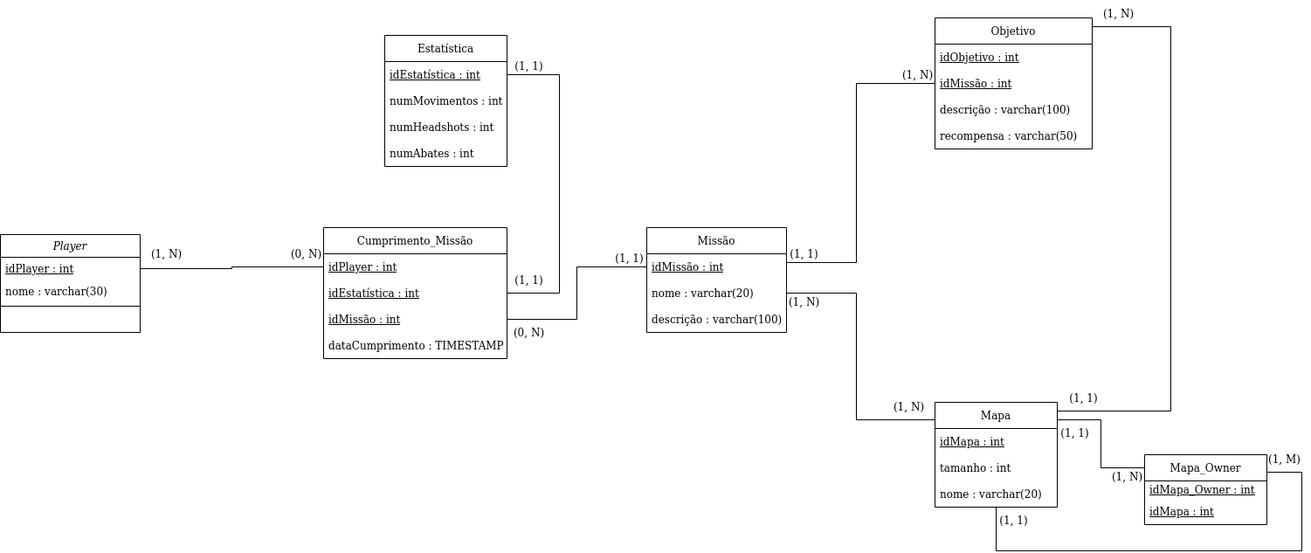
SBD1/Grupo02-MetalGearSolid keeps this draw.io diagram as MREL/MREL_V1.0.drawio.png. Above is the earlier version. Source tidied: cells renumbered, new cells last; positions are measured from the earlier drawing's top-left corner, leaving out a move shared by most shapes.
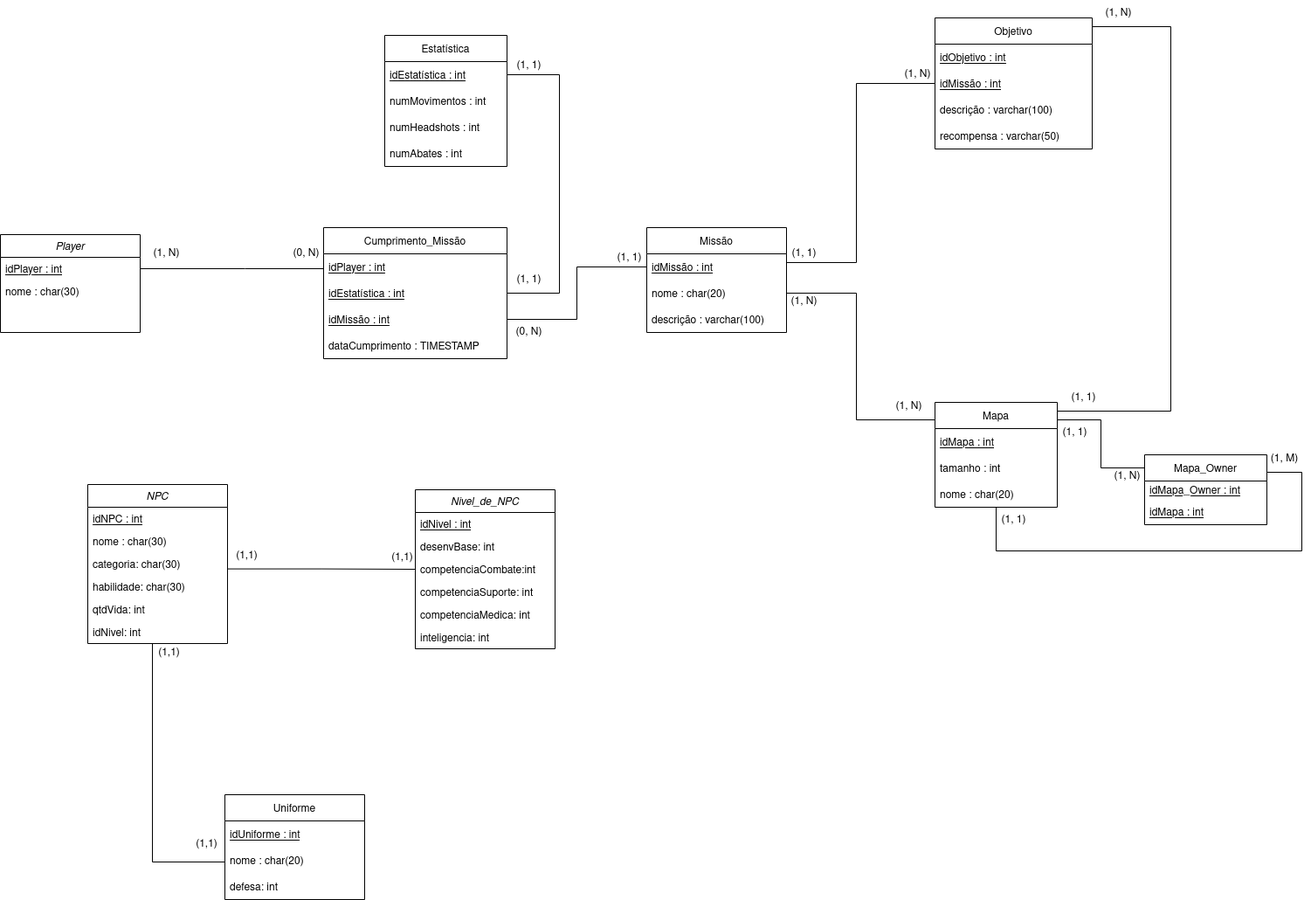
The same file after the commit.

Commit message:
adicao de novas tabelas no MREL

What changed in the source:
```diff
@@ -8,12 +8,9 @@
     <mxCell id="3" value="idPlayer : int " style="text;align=left;verticalAlign=top;spacingLeft=4;spacingRight=4;overflow=hidden;points=[[0,0.5],[1,0.5]];portConstraint=eastwest;fontStyle=4;" parent="2" vertex="1">
       <mxGeometry y="26" width="160" height="26" as="geometry" />
     </mxCell>
-    <mxCell id="4" value="nome : varchar(30)" style="text;align=left;verticalAlign=top;spacingLeft=4;spacingRight=4;overflow=hidden;rounded=0;shadow=0;html=0;" parent="2" vertex="1">
+    <mxCell id="4" value="nome : char(30)" style="text;align=left;verticalAlign=top;spacingLeft=4;spacingRight=4;overflow=hidden;rounded=0;shadow=0;html=0;" parent="2" vertex="1">
       <mxGeometry y="52" width="160" height="26" as="geometry" />
     </mxCell>
-    <mxCell id="5" style="line;html=1;strokeWidth=1;align=left;verticalAlign=middle;spacingTop=-1;spacingLeft=3;spacingRight=3;labelPosition=right;" parent="2" vertex="1">
-      <mxGeometry y="78" width="160" height="8" as="geometry" />
-    </mxCell>
     <mxCell id="6" value="Cumprimento_Missão" style="swimlane;fontStyle=0;horizontal=1;startSize=30;" parent="1" vertex="1">
       <mxGeometry x="370" y="260" width="210" height="150" as="geometry" />
     </mxCell>
@@ -58,7 +55,7 @@
     <mxCell id="18" value="idMissão : int" style="text;strokeColor=none;fillColor=none;align=left;verticalAlign=middle;spacingLeft=4;spacingRight=4;overflow=hidden;points=[[0,0.5],[1,0.5]];portConstraint=eastwest;fontStyle=4;" parent="17" vertex="1">
       <mxGeometry y="30" width="160" height="30" as="geometry" />
     </mxCell>
-    <mxCell id="19" value="nome : varchar(20)" style="text;strokeColor=none;fillColor=none;align=left;verticalAlign=middle;spacingLeft=4;spacingRight=4;overflow=hidden;points=[[0,0.5],[1,0.5]];portConstraint=eastwest;" parent="17" vertex="1">
+    <mxCell id="19" value="nome : char(20)" style="text;strokeColor=none;fillColor=none;align=left;verticalAlign=middle;spacingLeft=4;spacingRight=4;overflow=hidden;points=[[0,0.5],[1,0.5]];portConstraint=eastwest;" parent="17" vertex="1">
       <mxGeometry y="60" width="160" height="30" as="geometry" />
     </mxCell>
     <mxCell id="20" value="descrição : varchar(100)" style="text;strokeColor=none;fillColor=none;align=left;verticalAlign=middle;spacingLeft=4;spacingRight=4;overflow=hidden;" parent="17" vertex="1">
@@ -96,7 +93,7 @@
     <mxCell id="29" value="tamanho : int" style="text;strokeColor=none;fillColor=none;align=left;verticalAlign=middle;spacingLeft=4;spacingRight=4;overflow=hidden;" parent="27" vertex="1">
       <mxGeometry y="60" width="140" height="30" as="geometry" />
     </mxCell>
-    <mxCell id="30" value="nome : varchar(20)" style="text;strokeColor=none;fillColor=none;align=left;verticalAlign=middle;spacingLeft=4;spacingRight=4;overflow=hidden;" parent="27" vertex="1">
+    <mxCell id="30" value="nome : char(20)" style="text;strokeColor=none;fillColor=none;align=left;verticalAlign=middle;spacingLeft=4;spacingRight=4;overflow=hidden;" parent="27" vertex="1">
       <mxGeometry y="90" width="140" height="30" as="geometry" />
     </mxCell>
     <mxCell id="31" style="edgeStyle=orthogonalEdgeStyle;rounded=0;jettySize=auto;html=1;entryX=1;entryY=0.5;entryDx=0;entryDy=0;endArrow=none;endFill=0;" parent="1" edge="1" source="12" target="8">
@@ -193,7 +190,99 @@
       <mxGeometry x="575" y="365" width="60" height="30" as="geometry" />
     </mxCell>
     <mxCell id="55" style="edgeStyle=orthogonalEdgeStyle;rounded=0;jettySize=auto;html=1;endArrow=none;endFill=0;" parent="1" edge="1" source="3" target="7">
-      <mxGeometry relative="1" as="geometry" />
+      <mxGeometry relative="1" as="geometry">
+        <Array as="points">
+          <mxPoint x="280" y="307" />
+          <mxPoint x="280" y="307" />
+        </Array>
+      </mxGeometry>
     </mxCell>
+    <mxCell id="56" value="NPC" style="swimlane;fontStyle=2;align=center;verticalAlign=top;horizontal=1;startSize=26;rounded=0;shadow=0;strokeWidth=1;" parent="1" vertex="1">
+      <mxGeometry x="100" y="554" width="160" height="182" as="geometry" />
+    </mxCell>
+    <mxCell id="57" value="idNPC : int " style="text;align=left;verticalAlign=top;spacingLeft=4;spacingRight=4;overflow=hidden;fontStyle=4;" parent="56" vertex="1">
+      <mxGeometry y="26" width="160" height="26" as="geometry" />
+    </mxCell>
+    <mxCell id="58" value="nome : char(30)" style="text;align=left;verticalAlign=top;spacingLeft=4;spacingRight=4;overflow=hidden;rounded=0;shadow=0;html=0;" parent="56" vertex="1">
+      <mxGeometry y="52" width="160" height="26" as="geometry" />
+    </mxCell>
+    <mxCell id="59" value="categoria: char(30)" style="text;align=left;verticalAlign=top;spacingLeft=4;spacingRight=4;overflow=hidden;rounded=0;shadow=0;html=0;" parent="56" vertex="1">
+      <mxGeometry y="78" width="160" height="26" as="geometry" />
+    </mxCell>
+    <mxCell id="60" value="habilidade: char(30)&#10;" style="text;align=left;verticalAlign=top;spacingLeft=4;spacingRight=4;overflow=hidden;rounded=0;shadow=0;html=0;" parent="56" vertex="1">
+      <mxGeometry y="104" width="160" height="26" as="geometry" />
+    </mxCell>
+    <mxCell id="61" value="qtdVida: int" style="text;align=left;verticalAlign=top;spacingLeft=4;spacingRight=4;overflow=hidden;rounded=0;shadow=0;html=0;" parent="56" vertex="1">
+      <mxGeometry y="130" width="160" height="26" as="geometry" />
+    </mxCell>
+    <mxCell id="62" value="idNivel: int" style="text;align=left;verticalAlign=top;spacingLeft=4;spacingRight=4;overflow=hidden;rounded=0;shadow=0;html=0;" parent="56" vertex="1">
+      <mxGeometry y="156" width="160" height="26" as="geometry" />
+    </mxCell>
+    <mxCell id="63" value="Nivel_de_NPC" style="swimlane;fontStyle=2;align=center;verticalAlign=top;horizontal=1;startSize=26;rounded=0;shadow=0;strokeWidth=1;" parent="1" vertex="1">
+      <mxGeometry x="475" y="560" width="160" height="182" as="geometry" />
+    </mxCell>
+    <mxCell id="64" value="idNivel : int " style="text;align=left;verticalAlign=top;spacingLeft=4;spacingRight=4;overflow=hidden;fontStyle=4;" parent="63" vertex="1">
+      <mxGeometry y="26" width="160" height="26" as="geometry" />
+    </mxCell>
+    <mxCell id="65" value="desenvBase: int" style="text;align=left;verticalAlign=top;spacingLeft=4;spacingRight=4;overflow=hidden;rounded=0;shadow=0;html=0;" parent="63" vertex="1">
+      <mxGeometry y="52" width="160" height="26" as="geometry" />
+    </mxCell>
+    <mxCell id="66" value="competenciaCombate:int" style="text;align=left;verticalAlign=top;spacingLeft=4;spacingRight=4;overflow=hidden;points=[[0,0.5],[1,0.5]];portConstraint=eastwest;rounded=0;shadow=0;html=0;" parent="63" vertex="1">
+      <mxGeometry y="78" width="160" height="26" as="geometry" />
+    </mxCell>
+    <mxCell id="67" value="competenciaSuporte: int" style="text;align=left;verticalAlign=top;spacingLeft=4;spacingRight=4;overflow=hidden;rounded=0;shadow=0;html=0;" parent="63" vertex="1">
+      <mxGeometry y="104" width="160" height="26" as="geometry" />
+    </mxCell>
+    <mxCell id="68" value="competenciaMedica: int" style="text;align=left;verticalAlign=top;spacingLeft=4;spacingRight=4;overflow=hidden;rounded=0;shadow=0;html=0;" parent="63" vertex="1">
+      <mxGeometry y="130" width="160" height="26" as="geometry" />
+    </mxCell>
+    <mxCell id="69" value="inteligencia: int" style="text;align=left;verticalAlign=top;spacingLeft=4;spacingRight=4;overflow=hidden;rounded=0;shadow=0;html=0;" parent="63" vertex="1">
+      <mxGeometry y="156" width="160" height="26" as="geometry" />
+    </mxCell>
+    <mxCell id="70" style="edgeStyle=orthogonalEdgeStyle;rounded=0;jettySize=auto;html=1;endArrow=none;endFill=0;entryX=0;entryY=0.5;entryDx=0;entryDy=0;" parent="1" edge="1" target="66">
+      <mxGeometry relative="1" as="geometry">
+        <mxPoint x="260" y="650.6" as="sourcePoint" />
+      </mxGeometry>
+    </mxCell>
+    <mxCell id="71" value="Uniforme" style="swimlane;fontStyle=0;horizontal=1;startSize=30;" parent="1" vertex="1">
+      <mxGeometry x="257" y="909" width="160" height="120" as="geometry" />
+    </mxCell>
+    <mxCell id="72" value="idUniforme : int" style="text;strokeColor=none;fillColor=none;align=left;verticalAlign=middle;spacingLeft=4;spacingRight=4;overflow=hidden;fontStyle=4;" parent="71" vertex="1">
+      <mxGeometry y="30" width="160" height="30" as="geometry" />
+    </mxCell>
+    <mxCell id="73" value="nome : char(20)" style="text;strokeColor=none;fillColor=none;align=left;verticalAlign=middle;spacingLeft=4;spacingRight=4;overflow=hidden;" parent="71" vertex="1">
+      <mxGeometry y="60" width="160" height="30" as="geometry" />
+    </mxCell>
+    <mxCell id="74" value="defesa: int" style="text;strokeColor=none;fillColor=none;align=left;verticalAlign=middle;spacingLeft=4;spacingRight=4;overflow=hidden;" parent="71" vertex="1">
+      <mxGeometry y="90" width="160" height="30" as="geometry" />
+    </mxCell>
+    <mxCell id="75" style="edgeStyle=orthogonalEdgeStyle;rounded=0;orthogonalLoop=1;jettySize=auto;html=1;endArrow=none;endFill=0;" parent="1" edge="1">
+      <mxGeometry relative="1" as="geometry">
+        <mxPoint x="130" y="879.4" as="sourcePoint" />
+        <mxPoint x="130.5" y="879" as="targetPoint" />
+      </mxGeometry>
+    </mxCell>
+    <mxCell id="76" style="edgeStyle=orthogonalEdgeStyle;rounded=0;orthogonalLoop=1;jettySize=auto;html=1;endArrow=none;endFill=0;" parent="1" edge="1">
+      <mxGeometry relative="1" as="geometry">
+        <mxPoint x="174" y="739" as="sourcePoint" />
+        <mxPoint x="257" y="986" as="targetPoint" />
+        <Array as="points">
+          <mxPoint x="174" y="736" />
+          <mxPoint x="174" y="986" />
+        </Array>
+      </mxGeometry>
+    </mxCell>
+    <mxCell id="77" value="(1,1)" style="text;html=1;align=center;verticalAlign=middle;strokeColor=none;fillColor=none;" parent="1" vertex="1">
+      <mxGeometry x="171" y="734" width="43" height="26" as="geometry" />
+    </mxCell>
+    <mxCell id="78" value="(1,1)" style="text;html=1;align=center;verticalAlign=middle;strokeColor=none;fillColor=none;" parent="1" vertex="1">
+      <mxGeometry x="214" y="953" width="43" height="26" as="geometry" />
+    </mxCell>
+    <mxCell id="79" value="(1,1)" style="text;html=1;align=center;verticalAlign=middle;strokeColor=none;fillColor=none;" parent="1" vertex="1">
+      <mxGeometry x="260" y="623" width="43" height="26" as="geometry" />
+    </mxCell>
+    <mxCell id="80" value="(1,1)" style="text;html=1;align=center;verticalAlign=middle;strokeColor=none;fillColor=none;" parent="1" vertex="1">
+      <mxGeometry x="438" y="625" width="43" height="26" as="geometry" />
+    </mxCell>
   </root>
 </mxGraphModel>
```
